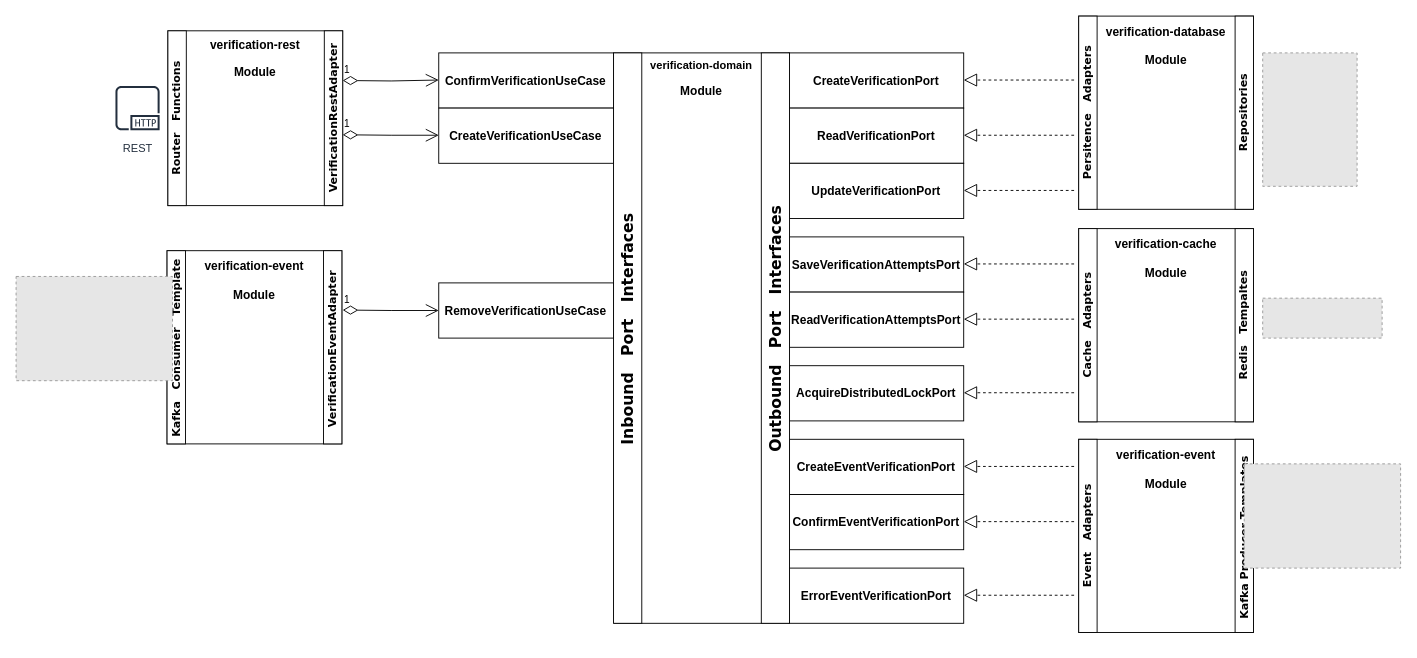
VladlenFilimonov/verification-hexagonal-anemic keeps this draw.io diagram as documentation/verification-architecture.drawio. Above is the earlier version. Source tidied: cells renumbered, new cells numbered last; positions are measured from the earlier drawing's top-left corner, leaving out a move shared by most shapes. Both pictures are drawn from the tidied source at 92%, with x=0, y=0 at pixel (16, 16). Pictures stored in the file or linked from it are replaced by grey dashed boxes.
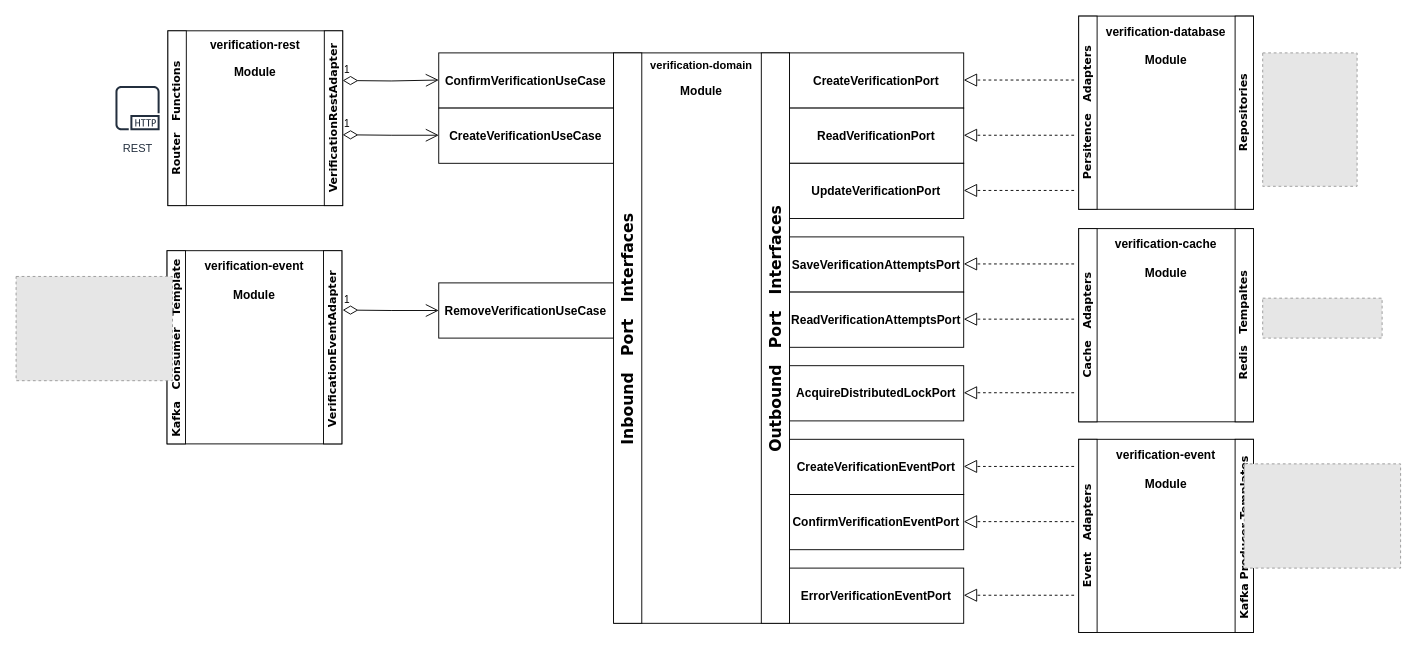
The same diagram, later.

Change to the diagram source:
```diff
@@
-    <mxCell id="8" value="CreateEventVerificationPort" style="rounded=0;whiteSpace=wrap;html=1;align=center;fontSize=13;fontStyle=1;" parent="1" vertex="1">
+    <mxCell id="8" value="CreateVerificationEventPort" style="rounded=0;whiteSpace=wrap;html=1;align=center;fontSize=13;fontStyle=1;" parent="1" vertex="1">
       <mxGeometry x="840" y="460" width="190" height="60" as="geometry" />
     </mxCell>
-    <mxCell id="9" value="ConfirmEventVerificationPort" style="rounded=0;whiteSpace=wrap;html=1;align=center;fontSize=13;fontStyle=1;" parent="1" vertex="1">
+    <mxCell id="9" value="ConfirmVerificationEventPort" style="rounded=0;whiteSpace=wrap;html=1;align=center;fontSize=13;fontStyle=1;" parent="1" vertex="1">
       <mxGeometry x="840" y="520" width="190" height="60" as="geometry" />
     </mxCell>
-    <mxCell id="10" value="ErrorEventVerificationPort" style="rounded=0;whiteSpace=wrap;html=1;align=center;fontSize=13;fontStyle=1;" parent="1" vertex="1">
+    <mxCell id="10" value="ErrorVerificationEventPort" style="rounded=0;whiteSpace=wrap;html=1;align=center;fontSize=13;fontStyle=1;" parent="1" vertex="1">
       <mxGeometry x="840" y="600" width="190" height="60" as="geometry" />
     </mxCell>
```
